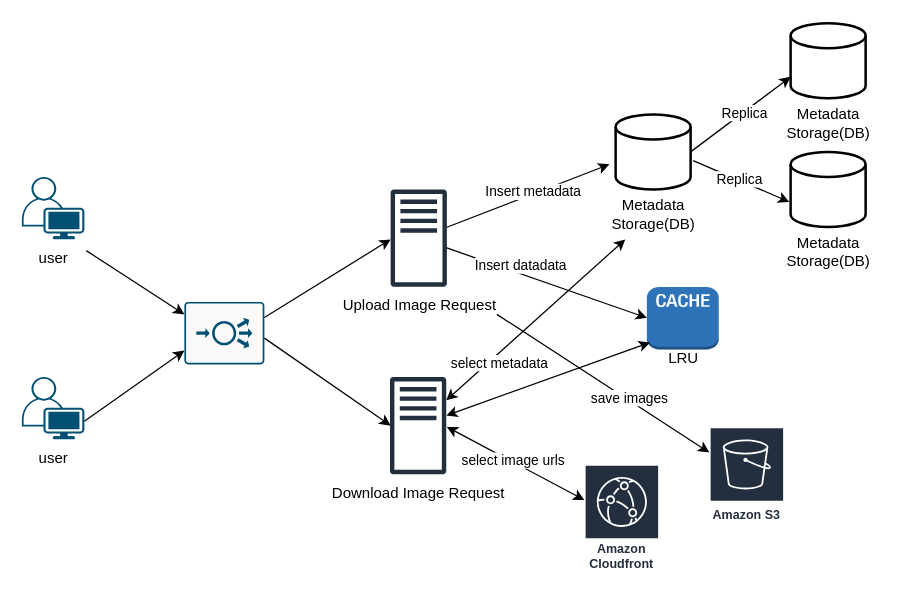
Earlier version of the draw.io diagram instagram/high_level_design.drawio (youdawon/systemDesign). Source tidied: cells renumbered, new cells numbered last; positions are measured from the earlier drawing's top-left corner, leaving out a move shared by most shapes. Both pictures are drawn from the tidied source at 125%, with x=0, y=0 at pixel (21, 22).
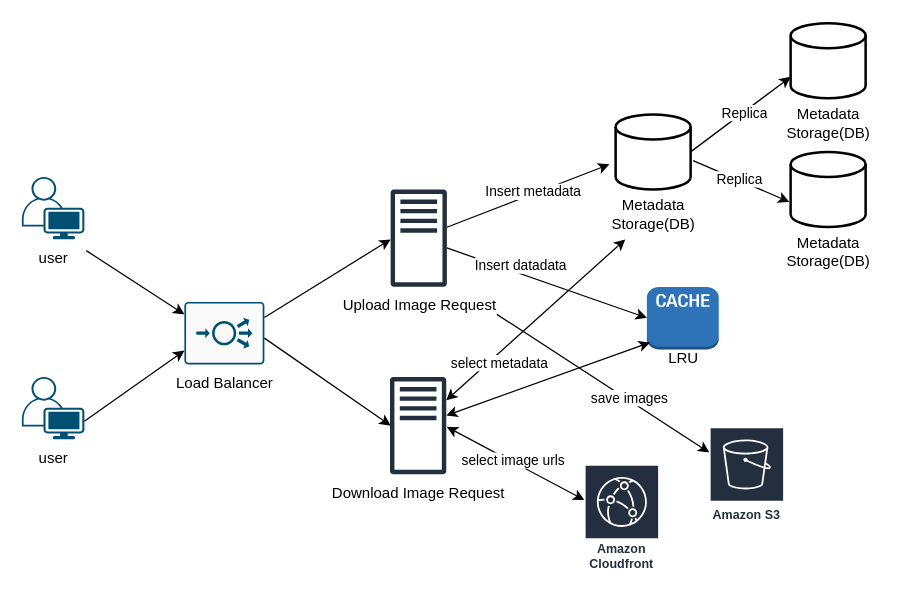
Above is the later version.

Diff of the diagram source:
```diff
@@
+    <mxCell id="40" value="Load Balancer" style="text;html=1;align=center;verticalAlign=middle;strokeColor=none;fillColor=none;" parent="1" vertex="1">
+      <mxGeometry x="112" y="273" width="100" height="30" as="geometry" />
+    </mxCell>
```
